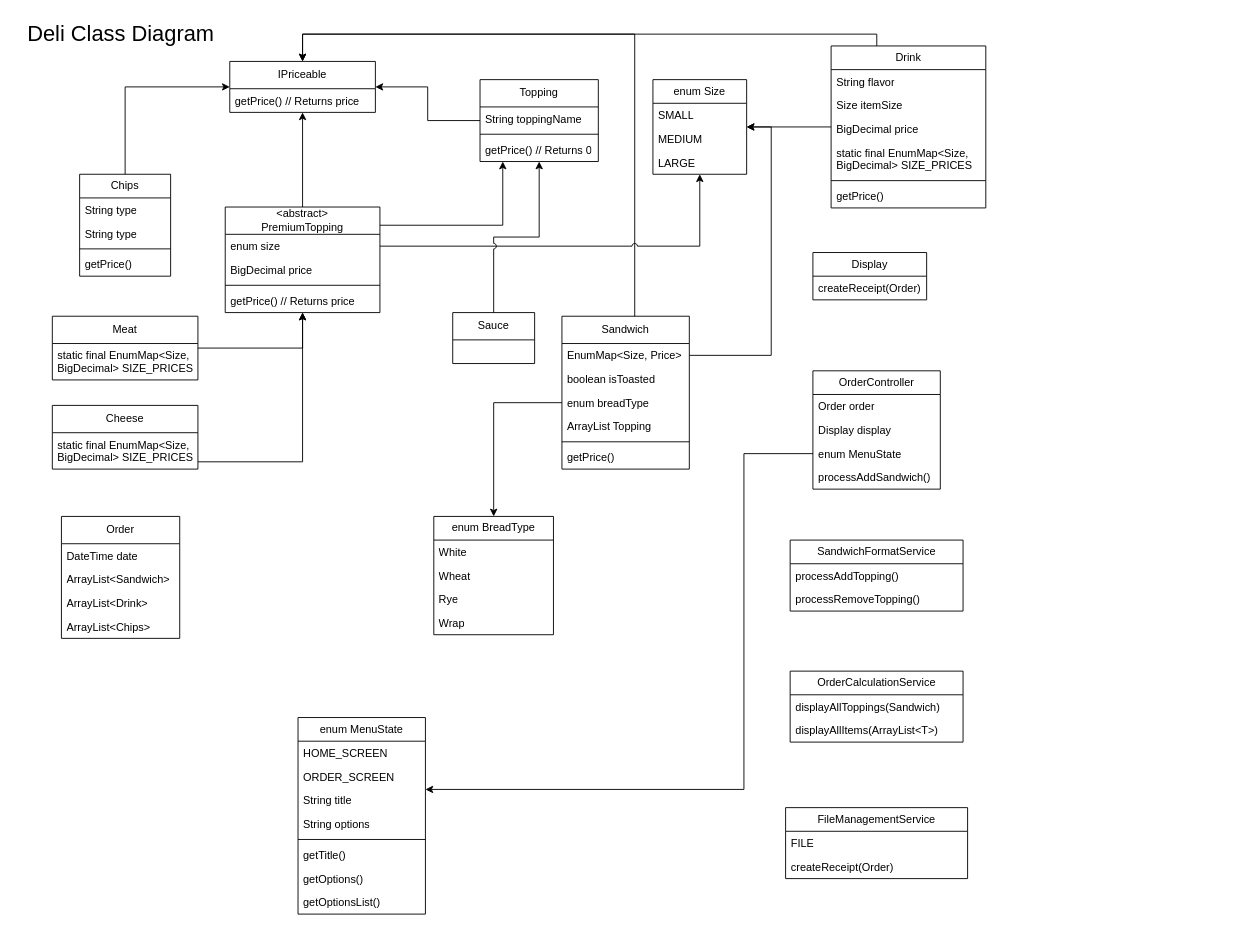
This is class-diagram/Deli Class Diagram.drawio from Phini0n/DELI-cious, a draw.io file, before an edit. Source tidied: cells renumbered, new cells numbered last; positions are measured from the earlier drawing's top-left corner, leaving out a move shared by most shapes. Both pictures are drawn from the tidied source at 91%, with x=0, y=0 at pixel (15, 15).
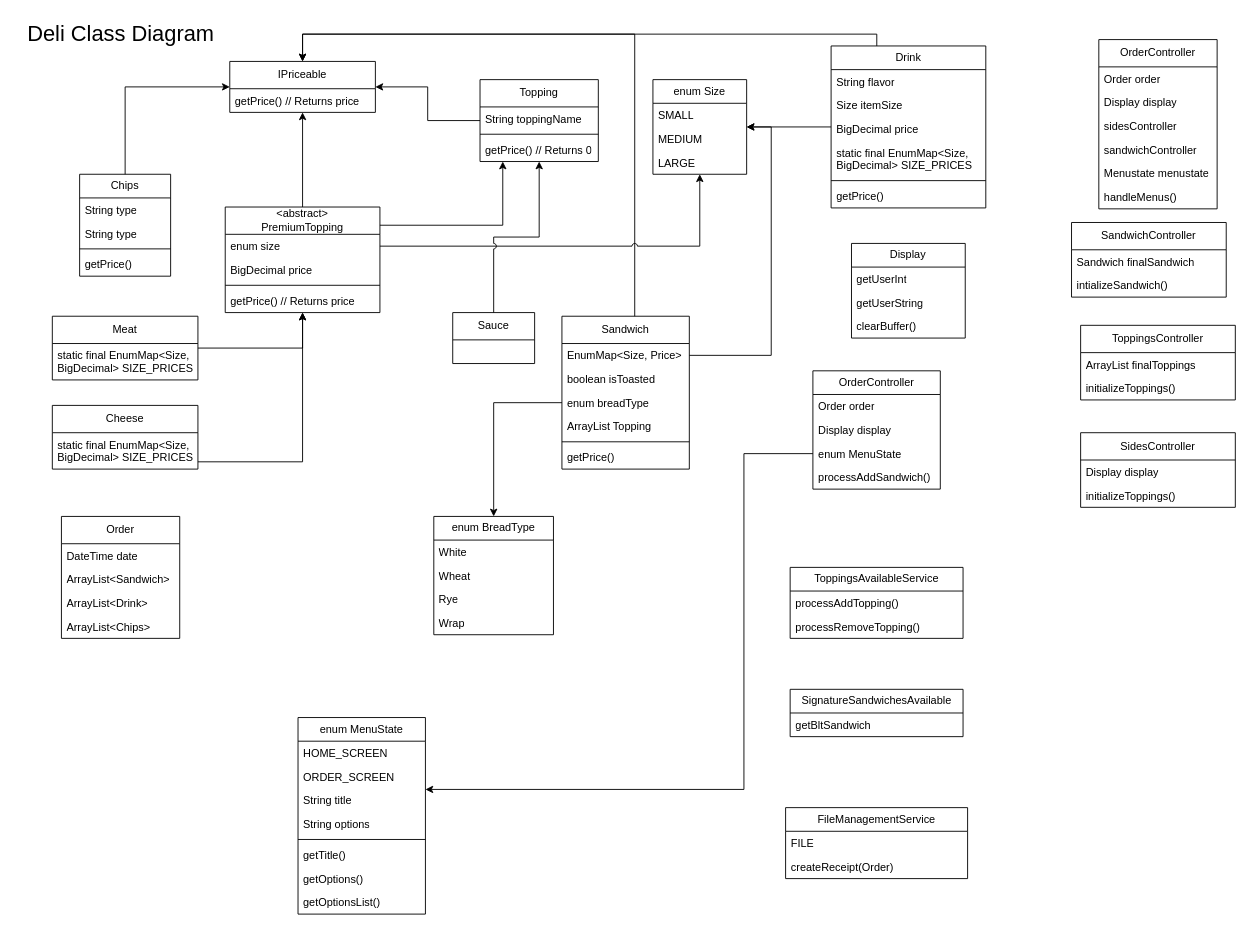
The same page after the edit.

The edit, as a diff of the source:
```diff
@@
-    <mxCell id="27" value="OrderCalculationService" style="swimlane;fontStyle=0;horizontal=1;startSize=26;fillColor=none;whiteSpace=wrap;html=1;labelBackgroundColor=none;" parent="1" vertex="1">
-      <mxGeometry x="850.8" y="720" width="190" height="78" as="geometry" />
+    <mxCell id="27" value="SignatureSandwichesAvailable" style="swimlane;fontStyle=0;horizontal=1;startSize=26;fillColor=none;whiteSpace=wrap;html=1;labelBackgroundColor=none;" parent="1" vertex="1">
+      <mxGeometry x="850.8" y="740" width="190" height="52" as="geometry" />
     </mxCell>
-    <mxCell id="28" value="displayAllToppings(Sandwich)" style="text;strokeColor=none;fillColor=none;align=left;verticalAlign=top;spacingLeft=4;spacingRight=4;overflow=hidden;whiteSpace=wrap;html=1;labelBackgroundColor=none;" parent="27" vertex="1">
+    <mxCell id="28" value="getBltSandwich" style="text;strokeColor=none;fillColor=none;align=left;verticalAlign=top;spacingLeft=4;spacingRight=4;overflow=hidden;whiteSpace=wrap;html=1;labelBackgroundColor=none;" parent="27" vertex="1">
       <mxGeometry y="26" width="190" height="26" as="geometry" />
     </mxCell>
-    <mxCell id="29" value="displayAllItems(ArrayList&amp;lt;T&amp;gt;)" style="text;strokeColor=none;fillColor=none;align=left;verticalAlign=top;spacingLeft=4;spacingRight=4;overflow=hidden;whiteSpace=wrap;html=1;labelBackgroundColor=none;" parent="27" vertex="1">
-      <mxGeometry y="52" width="190" height="26" as="geometry" />
-    </mxCell>
@@
-    <mxCell id="45" value="SandwichFormatService" style="swimlane;fontStyle=0;horizontal=1;startSize=26;fillColor=none;whiteSpace=wrap;html=1;labelBackgroundColor=none;" parent="1" vertex="1">
-      <mxGeometry x="850.8" y="576" width="190" height="78" as="geometry" />
+    <mxCell id="45" value="ToppingsAvailableService" style="swimlane;fontStyle=0;horizontal=1;startSize=26;fillColor=none;whiteSpace=wrap;html=1;labelBackgroundColor=none;" parent="1" vertex="1">
+      <mxGeometry x="850.8" y="606" width="190" height="78" as="geometry" />
     </mxCell>
@@
     <mxCell id="76" value="Display" style="swimlane;fontStyle=0;horizontal=1;startSize=26;fillColor=none;whiteSpace=wrap;html=1;labelBackgroundColor=none;" parent="1" vertex="1">
-      <mxGeometry x="875.8" y="260" width="125" height="52" as="geometry" />
+      <mxGeometry x="918.2" y="250" width="125" height="104" as="geometry" />
     </mxCell>
-    <mxCell id="77" value="createReceipt(Order)" style="text;strokeColor=none;fillColor=none;align=left;verticalAlign=top;spacingLeft=4;spacingRight=4;overflow=hidden;whiteSpace=wrap;html=1;labelBackgroundColor=none;" parent="76" vertex="1">
+    <mxCell id="77" value="getUserInt" style="text;strokeColor=none;fillColor=none;align=left;verticalAlign=top;spacingLeft=4;spacingRight=4;overflow=hidden;whiteSpace=wrap;html=1;labelBackgroundColor=none;" parent="76" vertex="1">
       <mxGeometry y="26" width="125" height="26" as="geometry" />
     </mxCell>
+    <mxCell id="91" value="getUserString" style="text;strokeColor=none;fillColor=none;align=left;verticalAlign=top;spacingLeft=4;spacingRight=4;overflow=hidden;whiteSpace=wrap;html=1;labelBackgroundColor=none;" parent="76" vertex="1">
+      <mxGeometry y="52" width="125" height="26" as="geometry" />
+    </mxCell>
+    <mxCell id="92" value="clearBuffer()" style="text;strokeColor=none;fillColor=none;align=left;verticalAlign=top;spacingLeft=4;spacingRight=4;overflow=hidden;whiteSpace=wrap;html=1;labelBackgroundColor=none;" parent="76" vertex="1">
+      <mxGeometry y="78" width="125" height="26" as="geometry" />
+    </mxCell>
@@
+    <mxCell id="93" value="OrderController" style="swimlane;fontStyle=0;horizontal=1;startSize=30;fillColor=none;whiteSpace=wrap;html=1;labelBackgroundColor=none;" parent="1" vertex="1">
+      <mxGeometry x="1190" y="26" width="130" height="186" as="geometry" />
+    </mxCell>
+    <mxCell id="94" value="Order order" style="text;strokeColor=none;fillColor=none;align=left;verticalAlign=top;spacingLeft=4;spacingRight=4;overflow=hidden;whiteSpace=wrap;html=1;labelBackgroundColor=none;" parent="93" vertex="1">
+      <mxGeometry y="30" width="130" height="26" as="geometry" />
+    </mxCell>
+    <mxCell id="95" value="Display display" style="text;strokeColor=none;fillColor=none;align=left;verticalAlign=top;spacingLeft=4;spacingRight=4;overflow=hidden;whiteSpace=wrap;html=1;labelBackgroundColor=none;" parent="93" vertex="1">
+      <mxGeometry y="56" width="130" height="26" as="geometry" />
+    </mxCell>
+    <mxCell id="96" value="sidesController" style="text;strokeColor=none;fillColor=none;align=left;verticalAlign=top;spacingLeft=4;spacingRight=4;overflow=hidden;whiteSpace=wrap;html=1;labelBackgroundColor=none;" parent="93" vertex="1">
+      <mxGeometry y="82" width="130" height="26" as="geometry" />
+    </mxCell>
+    <mxCell id="97" value="sandwichController" style="text;strokeColor=none;fillColor=none;align=left;verticalAlign=top;spacingLeft=4;spacingRight=4;overflow=hidden;whiteSpace=wrap;html=1;labelBackgroundColor=none;" parent="93" vertex="1">
+      <mxGeometry y="108" width="130" height="26" as="geometry" />
+    </mxCell>
+    <mxCell id="98" value="Menustate menustate" style="text;strokeColor=none;fillColor=none;align=left;verticalAlign=top;spacingLeft=4;spacingRight=4;overflow=hidden;whiteSpace=wrap;html=1;labelBackgroundColor=none;" parent="93" vertex="1">
+      <mxGeometry y="134" width="130" height="26" as="geometry" />
+    </mxCell>
+    <mxCell id="99" value="handleMenus()" style="text;strokeColor=none;fillColor=none;align=left;verticalAlign=top;spacingLeft=4;spacingRight=4;overflow=hidden;whiteSpace=wrap;html=1;labelBackgroundColor=none;" parent="93" vertex="1">
+      <mxGeometry y="160" width="130" height="26" as="geometry" />
+    </mxCell>
+    <mxCell id="100" value="SandwichController" style="swimlane;fontStyle=0;horizontal=1;startSize=30;fillColor=none;whiteSpace=wrap;html=1;labelBackgroundColor=none;" parent="1" vertex="1">
+      <mxGeometry x="1160" y="227" width="170" height="82" as="geometry" />
+    </mxCell>
+    <mxCell id="101" value="Sandwich finalSandwich" style="text;strokeColor=none;fillColor=none;align=left;verticalAlign=top;spacingLeft=4;spacingRight=4;overflow=hidden;whiteSpace=wrap;html=1;labelBackgroundColor=none;" parent="100" vertex="1">
+      <mxGeometry y="30" width="170" height="26" as="geometry" />
+    </mxCell>
+    <mxCell id="102" value="intializeSandwich()" style="text;strokeColor=none;fillColor=none;align=left;verticalAlign=top;spacingLeft=4;spacingRight=4;overflow=hidden;whiteSpace=wrap;html=1;labelBackgroundColor=none;" parent="100" vertex="1">
+      <mxGeometry y="56" width="170" height="26" as="geometry" />
+    </mxCell>
+    <mxCell id="103" value="ToppingsController" style="swimlane;fontStyle=0;horizontal=1;startSize=30;fillColor=none;whiteSpace=wrap;html=1;labelBackgroundColor=none;" parent="1" vertex="1">
+      <mxGeometry x="1170" y="340" width="170" height="82" as="geometry" />
+    </mxCell>
+    <mxCell id="104" value="ArrayList finalToppings" style="text;strokeColor=none;fillColor=none;align=left;verticalAlign=top;spacingLeft=4;spacingRight=4;overflow=hidden;whiteSpace=wrap;html=1;labelBackgroundColor=none;" parent="103" vertex="1">
+      <mxGeometry y="30" width="170" height="26" as="geometry" />
+    </mxCell>
+    <mxCell id="105" value="initializeToppings()" style="text;strokeColor=none;fillColor=none;align=left;verticalAlign=top;spacingLeft=4;spacingRight=4;overflow=hidden;whiteSpace=wrap;html=1;labelBackgroundColor=none;" parent="103" vertex="1">
+      <mxGeometry y="56" width="170" height="26" as="geometry" />
+    </mxCell>
+    <mxCell id="106" value="SidesController" style="swimlane;fontStyle=0;horizontal=1;startSize=30;fillColor=none;whiteSpace=wrap;html=1;labelBackgroundColor=none;" parent="1" vertex="1">
+      <mxGeometry x="1170" y="458" width="170" height="82" as="geometry" />
+    </mxCell>
+    <mxCell id="107" value="Display display" style="text;strokeColor=none;fillColor=none;align=left;verticalAlign=top;spacingLeft=4;spacingRight=4;overflow=hidden;whiteSpace=wrap;html=1;labelBackgroundColor=none;" parent="106" vertex="1">
+      <mxGeometry y="30" width="170" height="26" as="geometry" />
+    </mxCell>
+    <mxCell id="108" value="initializeToppings()" style="text;strokeColor=none;fillColor=none;align=left;verticalAlign=top;spacingLeft=4;spacingRight=4;overflow=hidden;whiteSpace=wrap;html=1;labelBackgroundColor=none;" parent="106" vertex="1">
+      <mxGeometry y="56" width="170" height="26" as="geometry" />
+    </mxCell>
```
